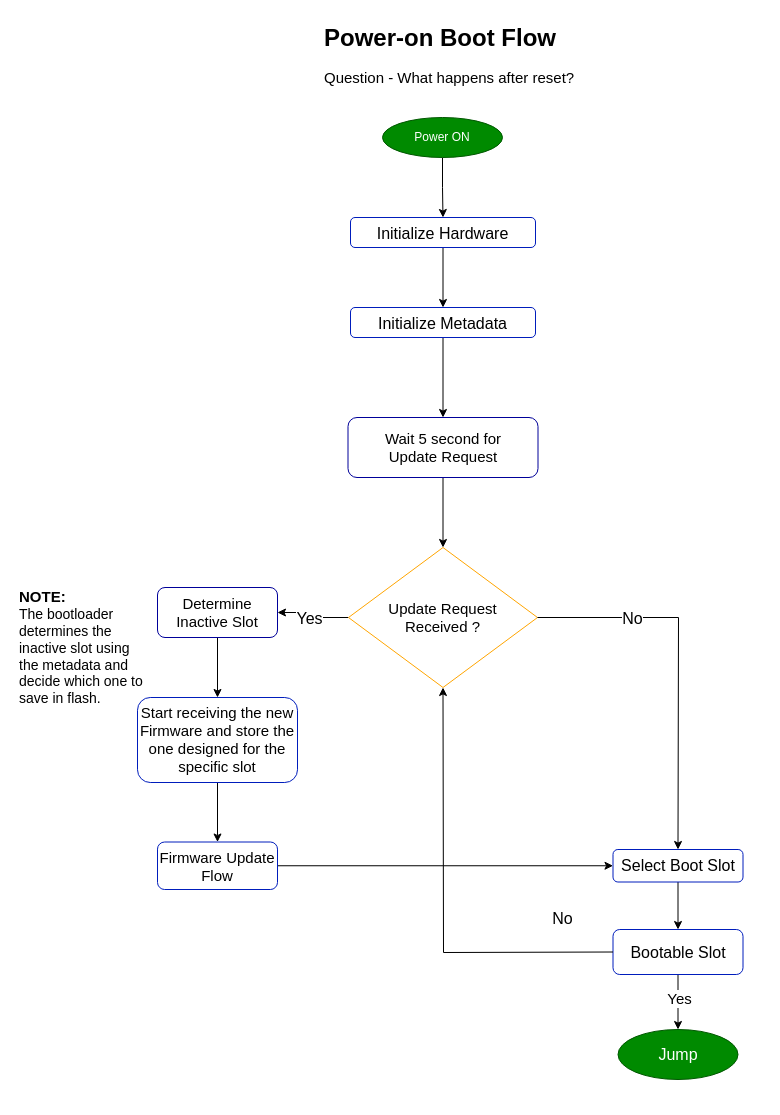
Earlier version of the draw.io diagram page "01 - Power-on Boot Flow" (2 of 9) of docs/HEXBOOT_F0_Architecture.drawio (brajogopal/HEXBOOT_F0). Source tidied: cells renumbered, new cells numbered last; positions are measured from the earlier drawing's top-left corner, leaving out a move shared by most shapes. Both pictures are drawn from the tidied source at 100%, with x=0, y=0 at pixel (17, 17).
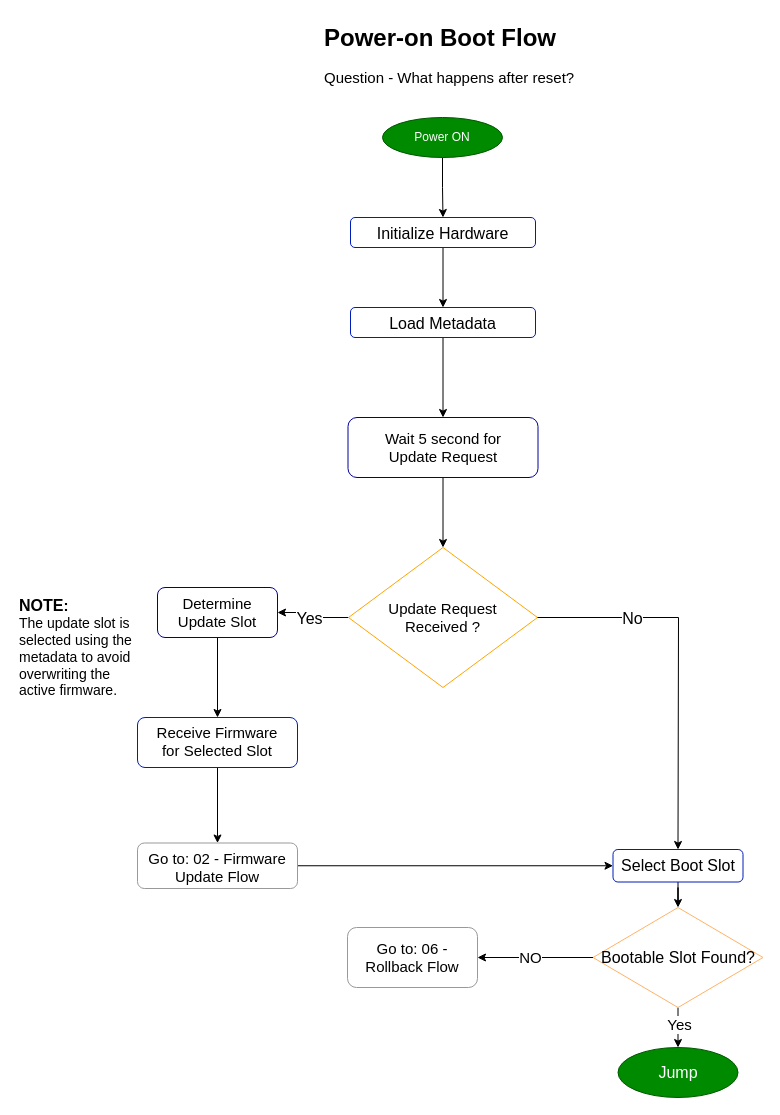
The same diagram, later.

Commit message:
Update page 01 power-on boot flow

Unchanged cells that the change refers to:
```xml
<mxCell id="7" value="&lt;div style=&quot;&quot;&gt;&lt;span style=&quot;color: light-dark(rgb(0, 0, 0), rgb(237, 237, 237)); background-color: transparent;&quot;&gt;Update Request &lt;br&gt;Received ?&lt;/span&gt;&lt;/div&gt;" style="rhombus;whiteSpace=wrap;html=1;rounded=0;align=center;verticalAlign=middle;fontFamily=Helvetica;fontSize=15;fontColor=#ffffff;fillColor=none;strokeColor=#FFA500;" parent="1" vertex="1">
  <mxGeometry x="331" y="530" width="189" height="140" as="geometry" />
</mxCell>
<mxCell id="11" value="&lt;font style=&quot;font-size: 16px; color: rgb(0, 0, 0);&quot;&gt;Select Boot Slot&lt;/font&gt;" style="rounded=1;whiteSpace=wrap;html=1;align=center;verticalAlign=top;fontFamily=Helvetica;fontSize=12;fontColor=#ffffff;fillColor=none;strokeColor=#001DBC;" parent="1" vertex="1">
  <mxGeometry x="595.5" y="832" width="130" height="32.5" as="geometry" />
</mxCell>
```

Change to the diagram source:
```diff
@@
-    <mxCell id="4" value="&lt;font color=&quot;#000000&quot; style=&quot;font-size: 16px;&quot;&gt;Initialize Metadata&lt;/font&gt;" style="rounded=1;whiteSpace=wrap;html=1;align=center;verticalAlign=top;fontFamily=Helvetica;fontSize=12;fontColor=#ffffff;fillColor=none;strokeColor=#001DBC;" parent="1" vertex="1">
+    <mxCell id="4" value="&lt;font color=&quot;#000000&quot; style=&quot;font-size: 16px;&quot;&gt;Load Metadata&lt;/font&gt;" style="rounded=1;whiteSpace=wrap;html=1;align=center;verticalAlign=top;fontFamily=Helvetica;fontSize=12;fontColor=#ffffff;fillColor=none;strokeColor=#001DBC;" parent="1" vertex="1">
       <mxGeometry x="333" y="290" width="185" height="30" as="geometry" />
     </mxCell>
@@
-    <mxCell id="9" value="&lt;font style=&quot;color: rgb(0, 0, 0); font-size: 15px;&quot;&gt;&lt;font style=&quot;&quot;&gt;Star&lt;/font&gt;t receiving the new Firmware and store the one designed for the specific slot&lt;/font&gt;" style="rounded=1;whiteSpace=wrap;html=1;align=center;verticalAlign=top;fontFamily=Helvetica;fontSize=12;fontColor=#ffffff;fillColor=none;strokeColor=#001DBC;" parent="1" vertex="1">
-      <mxGeometry x="120" y="680" width="160" height="85" as="geometry" />
+    <mxCell id="9" value="&lt;div&gt;&lt;font color=&quot;#000000&quot;&gt;&lt;span style=&quot;font-size: 15px;&quot;&gt;Receive Firmware&lt;/span&gt;&lt;/font&gt;&lt;/div&gt;&lt;div&gt;&lt;font color=&quot;#000000&quot;&gt;&lt;span style=&quot;font-size: 15px;&quot;&gt;for Selected Slot&lt;/span&gt;&lt;/font&gt;&lt;/div&gt;" style="rounded=1;whiteSpace=wrap;html=1;align=center;verticalAlign=top;fontFamily=Helvetica;fontSize=12;fontColor=#ffffff;fillColor=none;strokeColor=#001DBC;" parent="1" vertex="1">
+      <mxGeometry x="120" y="700" width="160" height="50" as="geometry" />
     </mxCell>
-    <mxCell id="10" style="edgeStyle=orthogonalEdgeStyle;rounded=0;jettySize=auto;html=1;exitX=0.5;exitY=1;exitDx=0;exitDy=0;entryX=0.5;entryY=0;entryDx=0;entryDy=0;" parent="1" edge="1" source="11" target="23">
-      <mxGeometry relative="1" as="geometry" />
-    </mxCell>
+    <mxCell id="32" style="edgeStyle=orthogonalEdgeStyle;rounded=0;jettySize=auto;html=1;" parent="1" edge="1" source="11" target="35">
+      <mxGeometry relative="1" as="geometry" />
+    </mxCell>
@@
-    <mxCell id="13" value="&lt;font style=&quot;color: rgb(0, 0, 0); font-size: 15px;&quot;&gt;Firmware Update Flow&lt;/font&gt;" style="rounded=1;whiteSpace=wrap;html=1;align=center;verticalAlign=top;fontFamily=Helvetica;fontSize=12;fontColor=#ffffff;fillColor=none;strokeColor=#001DBC;" parent="1" vertex="1">
-      <mxGeometry x="140" y="824.5" width="120" height="47.5" as="geometry" />
+    <mxCell id="13" value="&lt;div&gt;&lt;font color=&quot;#000000&quot;&gt;&lt;span style=&quot;font-size: 15px;&quot;&gt;Go to:&amp;nbsp;&lt;/span&gt;&lt;/font&gt;&lt;span style=&quot;font-size: 15px; color: rgb(0, 0, 0); background-color: transparent;&quot;&gt;02 - Firmware Update Flow&lt;/span&gt;&lt;/div&gt;" style="rounded=1;whiteSpace=wrap;html=1;align=center;verticalAlign=top;fontFamily=Helvetica;fontSize=12;fontColor=#ffffff;fillColor=none;strokeColor=#999999;" parent="1" vertex="1">
+      <mxGeometry x="120" y="825.5" width="160" height="45.5" as="geometry" />
     </mxCell>
@@
     <mxCell id="16" value="&lt;font style=&quot;color: rgb(255, 255, 255); font-size: 16px;&quot;&gt;&lt;font style=&quot;color: rgb(255, 255, 255);&quot;&gt;J&lt;/font&gt;&lt;font style=&quot;color: rgb(255, 255, 255);&quot;&gt;ump&lt;/font&gt;&lt;/font&gt;" style="ellipse;whiteSpace=wrap;html=1;fillColor=#008a00;fontColor=#ffffff;strokeColor=#005700;" parent="1" vertex="1">
-      <mxGeometry x="600.5" y="1012" width="120" height="50" as="geometry" />
+      <mxGeometry x="600.5" y="1030" width="120" height="50" as="geometry" />
     </mxCell>
@@
-    <mxCell id="21" style="edgeStyle=orthogonalEdgeStyle;rounded=0;jettySize=auto;html=1;exitX=0.5;exitY=1;exitDx=0;exitDy=0;entryX=0.5;entryY=0;entryDx=0;entryDy=0;" parent="1" edge="1" source="23" target="16">
+    <mxCell id="21" style="edgeStyle=orthogonalEdgeStyle;rounded=0;jettySize=auto;html=1;entryX=0.5;entryY=0;entryDx=0;entryDy=0;exitX=0.5;exitY=1;exitDx=0;exitDy=0;" parent="1" edge="1" source="35" target="16">
       <mxGeometry relative="1" as="geometry" />
     </mxCell>
@@
-    <mxCell id="23" value="&lt;font style=&quot;font-size: 16px;&quot;&gt;Bootable Slot&lt;/font&gt;" style="rounded=1;whiteSpace=wrap;html=1;fillColor=none;fontColor=#000000;strokeColor=#001DBC;" parent="1" vertex="1">
-      <mxGeometry x="595.5" y="912" width="130" height="45" as="geometry" />
-    </mxCell>
-    <mxCell id="24" style="endArrow=classic;html=1;rounded=0;exitX=0;exitY=0.5;exitDx=0;exitDy=0;entryX=0.5;entryY=1;entryDx=0;entryDy=0;" parent="1" edge="1" source="23" target="7">
-      <mxGeometry relative="1" as="geometry">
-        <Array as="points">
-          <mxPoint x="426" y="935" />
-        </Array>
-      </mxGeometry>
-    </mxCell>
-    <mxCell id="25" value="&lt;font style=&quot;font-size: 16px;&quot;&gt;No&lt;/font&gt;" style="edgeLabel;html=1;align=center;verticalAlign=middle;" parent="24" vertex="1">
-      <mxGeometry x="0.06" y="1" relative="1" as="geometry">
-        <mxPoint x="120" y="26" as="offset" />
-      </mxGeometry>
-    </mxCell>
@@
-    <mxCell id="30" value="&lt;font style=&quot;font-size: 15px;&quot;&gt;Determine Inactive Slot&lt;/font&gt;" style="rounded=1;whiteSpace=wrap;html=1;strokeColor=#000099;" parent="1" vertex="1">
+    <mxCell id="30" value="&lt;font style=&quot;font-size: 15px;&quot;&gt;Determine Update Slot&lt;/font&gt;" style="rounded=1;whiteSpace=wrap;html=1;strokeColor=#000099;" parent="1" vertex="1">
       <mxGeometry x="140" y="570" width="120" height="50" as="geometry" />
     </mxCell>
-    <mxCell id="31" value="&lt;div&gt;&lt;b&gt;&lt;font style=&quot;font-size: 15px;&quot;&gt;NOTE:&lt;/font&gt;&lt;/b&gt;&lt;/div&gt;&lt;div&gt;&lt;font style=&quot;font-size: 14px;&quot;&gt;The bootloader determines the inactive slot&amp;nbsp;&lt;span style=&quot;background-color: transparent; color: light-dark(rgb(0, 0, 0), rgb(255, 255, 255));&quot;&gt;using the metadata and decide which one to save in flash&lt;/span&gt;&lt;/font&gt;&lt;span style=&quot;font-size: 14px; background-color: transparent; color: light-dark(rgb(0, 0, 0), rgb(255, 255, 255));&quot;&gt;.&lt;/span&gt;&lt;/div&gt;" style="text;html=1;whiteSpace=wrap;strokeColor=none;fillColor=none;align=left;verticalAlign=middle;rounded=0;" parent="1" vertex="1">
+    <mxCell id="31" value="&lt;div&gt;&lt;b&gt;&lt;font style=&quot;font-size: 16px;&quot;&gt;NOTE&lt;/font&gt;&lt;font style=&quot;font-size: 15px;&quot;&gt;:&lt;/font&gt;&lt;/b&gt;&lt;/div&gt;&lt;div&gt;&lt;font style=&quot;font-size: 14px;&quot;&gt;The update slot is selected using the metadata to avoid overwriting the active firmware.&lt;/font&gt;&lt;/div&gt;" style="text;html=1;whiteSpace=wrap;strokeColor=none;fillColor=none;align=left;verticalAlign=middle;rounded=0;" parent="1" vertex="1">
       <mxGeometry y="570" width="130" height="120" as="geometry" />
     </mxCell>
+    <mxCell id="33" style="edgeStyle=orthogonalEdgeStyle;rounded=0;jettySize=auto;html=1;" parent="1" edge="1" source="35" target="36">
+      <mxGeometry relative="1" as="geometry" />
+    </mxCell>
+    <mxCell id="34" value="&lt;font style=&quot;font-size: 15px;&quot;&gt;NO&lt;/font&gt;" style="edgeLabel;html=1;align=center;verticalAlign=middle;" parent="33" vertex="1">
+      <mxGeometry x="0.09" y="-1" relative="1" as="geometry" />
+    </mxCell>
+    <mxCell id="35" value="&lt;span style=&quot;font-size: 16px;&quot;&gt;Bootable Slot Found?&lt;/span&gt;" style="rhombus;whiteSpace=wrap;html=1;shapeInside=1;strokeColor=#FFB366;" parent="1" vertex="1">
+      <mxGeometry x="575.5" y="890" width="170" height="100" as="geometry" />
+    </mxCell>
+    <mxCell id="36" value="&lt;font style=&quot;font-size: 15px;&quot;&gt;Go to: 06 - Rollback Flow&lt;/font&gt;" style="rounded=1;whiteSpace=wrap;html=1;strokeColor=#999999;" parent="1" vertex="1">
+      <mxGeometry x="330" y="910" width="130" height="60" as="geometry" />
+    </mxCell>
```
